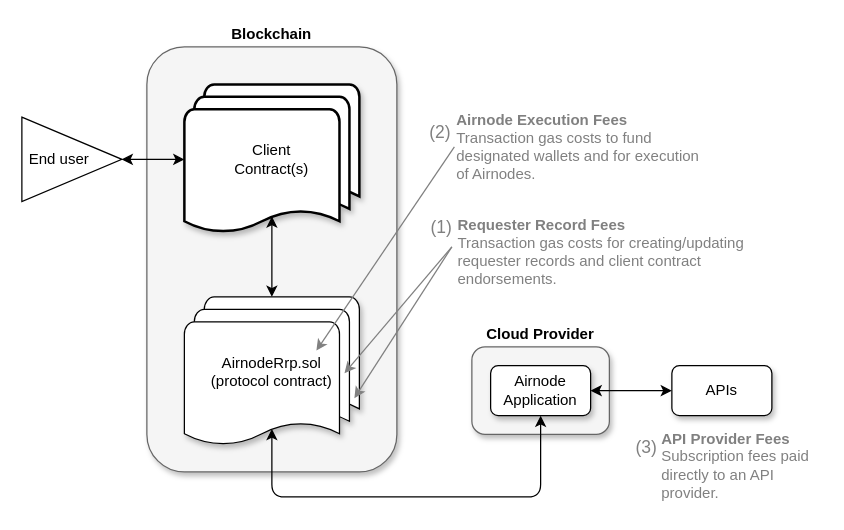
The draw.io diagram docs/next/assets/diagrams/fees-requester.drawio in api3dao/old-api3-docs, before the edit. Source tidied: cells renumbered, new cells numbered last; positions are measured from the earlier drawing's top-left corner, leaving out a move shared by most shapes. Both pictures are drawn from the tidied source at 125%, with x=0, y=0 at pixel (21, 21).
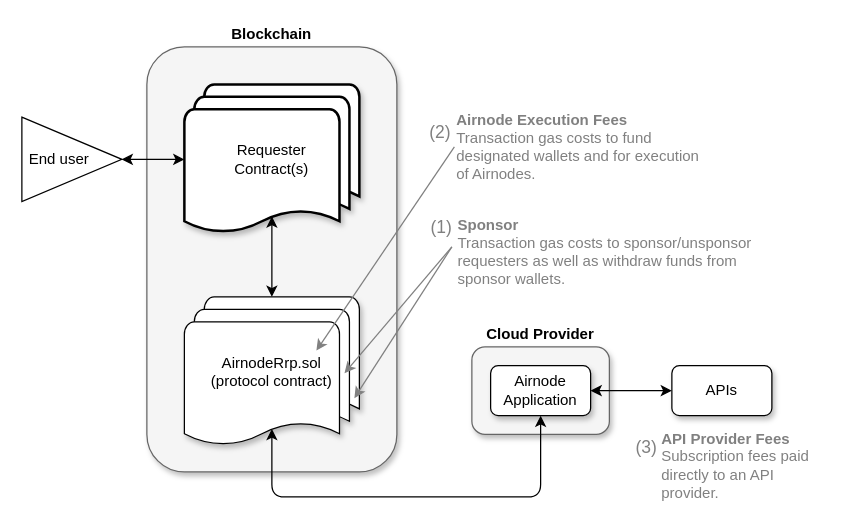
The same page after the edit.

Commit message (it also covers changes not shown here):
Change clients and requester: Issue 94

Change to the diagram source:
```diff
@@
-    <mxCell id="4" value="Client &lt;br&gt;Contract(s)" style="strokeWidth=2;html=1;shape=mxgraph.flowchart.multi-document;whiteSpace=wrap;shadow=1;" parent="1" vertex="1">
+    <mxCell id="4" value="Requester&lt;br&gt;Contract(s)" style="strokeWidth=2;html=1;shape=mxgraph.flowchart.multi-document;whiteSpace=wrap;shadow=1;" parent="1" vertex="1">
       <mxGeometry x="130" y="50" width="140" height="120" as="geometry" />
     </mxCell>
@@
-    <mxCell id="17" value="&lt;span&gt;&lt;b&gt;Requester Record Fees&lt;/b&gt;&lt;br&gt;Transaction gas costs for creating/updating requester records and client contract endorsements&lt;/span&gt;&lt;span&gt;.&lt;/span&gt;" style="text;html=1;strokeColor=none;fillColor=none;align=left;verticalAlign=middle;whiteSpace=wrap;rounded=0;fontColor=#808080;" parent="1" vertex="1">
-      <mxGeometry x="347" y="174" width="233" height="20" as="geometry" />
+    <mxCell id="17" value="&lt;span&gt;&lt;b&gt;Sponsor&lt;/b&gt;&lt;br&gt;&lt;/span&gt;Transaction gas costs to sponsor/unsponsor requesters as well as withdraw funds from sponsor wallets&lt;span&gt;.&lt;/span&gt;" style="text;html=1;strokeColor=none;fillColor=none;align=left;verticalAlign=middle;whiteSpace=wrap;rounded=0;fontColor=#808080;" parent="1" vertex="1">
+      <mxGeometry x="347" y="174" width="243" height="20" as="geometry" />
     </mxCell>
```
